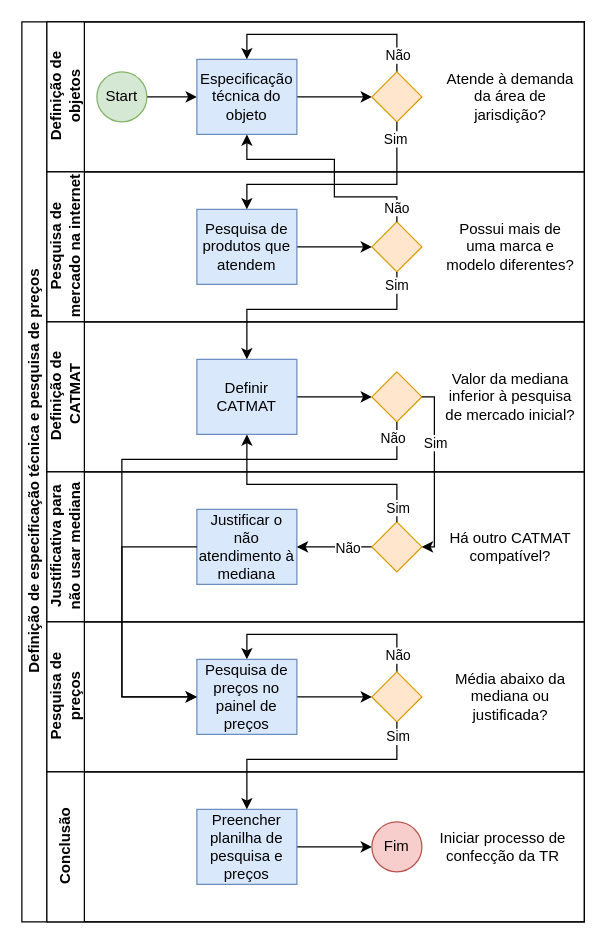
The draw.io diagram Fluxograma_diagrama_de_disponibilidade.drawio in Joaovictor-gf/draw.io, before the edit. Source tidied: cells renumbered, new cells numbered last; positions are measured from the earlier drawing's top-left corner, leaving out a move shared by most shapes. Both pictures are drawn from the tidied source at 125%, with x=0, y=0 at pixel (21, 21).
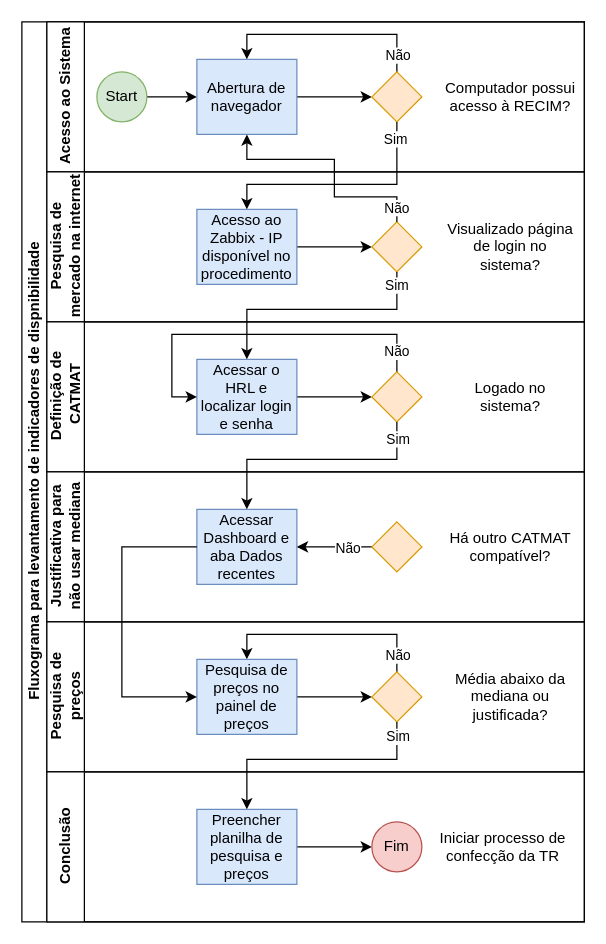
The same page after the edit.

The change refers to these unchanged cells:
```xml
<mxCell id="12" value="&lt;div&gt;Pesquisa de&lt;/div&gt;&lt;div&gt;mercado na internet&lt;br&gt;&lt;/div&gt;" style="swimlane;html=1;startSize=30;horizontal=0;" parent="2" vertex="1">
  <mxGeometry x="20" y="120" width="430" height="120" as="geometry" />
</mxCell>
<mxCell id="17" value="&lt;div&gt;Definição de&lt;/div&gt;&lt;div&gt;&amp;nbsp;CATMAT&lt;/div&gt;" style="swimlane;html=1;startSize=30;horizontal=0;" parent="2" vertex="1">
  <mxGeometry x="20" y="240" width="430" height="120" as="geometry" />
</mxCell>
<mxCell id="20" style="rhombus;whiteSpace=wrap;html=1;fontFamily=Helvetica;fontSize=12;align=center;fillColor=#ffe6cc;strokeColor=#d79b00;" parent="17" vertex="1">
  <mxGeometry x="260" y="40" width="40" height="40" as="geometry" />
</mxCell>
<mxCell id="22" value="&lt;div&gt;Justificativa para&lt;/div&gt;não usar mediana" style="swimlane;html=1;startSize=30;horizontal=0;" parent="2" vertex="1">
  <mxGeometry x="20" y="360" width="430" height="120" as="geometry" />
</mxCell>
<mxCell id="26" style="rhombus;whiteSpace=wrap;html=1;fontFamily=Helvetica;fontSize=12;align=center;fillColor=#ffe6cc;strokeColor=#d79b00;" parent="22" vertex="1">
  <mxGeometry x="260" y="40" width="40" height="40" as="geometry" />
</mxCell>
<mxCell id="34" value="Pesquisa de preços no painel de preços" style="rounded=0;whiteSpace=wrap;html=1;fontFamily=Helvetica;fontSize=12;align=center;fillColor=#dae8fc;strokeColor=#6c8ebf;" parent="28" vertex="1">
  <mxGeometry x="120" y="30" width="80" height="60" as="geometry" />
</mxCell>
```

Change to the diagram source:
```diff
@@
-    <mxCell id="2" value="Definição de especificação técnica e pesquisa de preços" style="swimlane;html=1;horizontal=0;startSize=20;" parent="1" vertex="1">
+    <mxCell id="2" value="Fluxograma para levantamento de indicadores de dispnibilidade" style="swimlane;html=1;horizontal=0;startSize=20;" parent="1" vertex="1">
       <mxGeometry width="450" height="720" as="geometry" />
     </mxCell>
-    <mxCell id="3" value="&lt;div&gt;Definição de&lt;/div&gt;&lt;div&gt;objetos&lt;/div&gt;" style="swimlane;html=1;startSize=30;horizontal=0;" parent="2" vertex="1">
+    <mxCell id="3" value="&lt;div&gt;Acesso ao Sistema&lt;br&gt;&lt;/div&gt;" style="swimlane;html=1;startSize=30;horizontal=0;" parent="2" vertex="1">
       <mxGeometry x="20" width="430" height="120" as="geometry" />
     </mxCell>
@@
-    <mxCell id="7" value="Especificação técnica do objeto" style="rounded=0;whiteSpace=wrap;html=1;fontFamily=Helvetica;fontSize=12;align=center;fillColor=#dae8fc;strokeColor=#6c8ebf;" parent="3" vertex="1">
+    <mxCell id="7" value="Abertura de navegador" style="rounded=0;whiteSpace=wrap;html=1;fontFamily=Helvetica;fontSize=12;align=center;fillColor=#dae8fc;strokeColor=#6c8ebf;" parent="3" vertex="1">
       <mxGeometry x="120" y="30" width="80" height="60" as="geometry" />
     </mxCell>
@@
-    <mxCell id="11" value="Atende à demanda da área de jarisdição?" style="text;html=1;align=center;verticalAlign=middle;whiteSpace=wrap;rounded=0;" parent="3" vertex="1">
+    <mxCell id="11" value="Computador possui acesso à RECIM?" style="text;html=1;align=center;verticalAlign=middle;whiteSpace=wrap;rounded=0;" parent="3" vertex="1">
       <mxGeometry x="316" y="27.5" width="110" height="65" as="geometry" />
     </mxCell>
@@
-    <mxCell id="14" value="Pesquisa de produtos que atendem" style="rounded=0;whiteSpace=wrap;html=1;fontFamily=Helvetica;fontSize=12;align=center;fillColor=#dae8fc;strokeColor=#6c8ebf;" parent="12" vertex="1">
+    <mxCell id="14" value="Acesso ao Zabbix - IP disponível no procedimento" style="rounded=0;whiteSpace=wrap;html=1;fontFamily=Helvetica;fontSize=12;align=center;fillColor=#dae8fc;strokeColor=#6c8ebf;" parent="12" vertex="1">
       <mxGeometry x="120" y="30" width="80" height="60" as="geometry" />
     </mxCell>
@@
-    <mxCell id="16" value="Possui mais de uma marca e modelo diferentes?" style="text;html=1;align=center;verticalAlign=middle;whiteSpace=wrap;rounded=0;" parent="12" vertex="1">
+    <mxCell id="16" value="Visualizado página de login no sistema?" style="text;html=1;align=center;verticalAlign=middle;whiteSpace=wrap;rounded=0;" parent="12" vertex="1">
       <mxGeometry x="316" y="27.5" width="110" height="65" as="geometry" />
     </mxCell>
@@
-    <mxCell id="19" value="Definir CATMAT" style="rounded=0;whiteSpace=wrap;html=1;fontFamily=Helvetica;fontSize=12;align=center;fillColor=#dae8fc;strokeColor=#6c8ebf;" parent="17" vertex="1">
+    <mxCell id="19" value="Acessar o HRL e localizar login e senha" style="rounded=0;whiteSpace=wrap;html=1;fontFamily=Helvetica;fontSize=12;align=center;fillColor=#dae8fc;strokeColor=#6c8ebf;" parent="17" vertex="1">
       <mxGeometry x="120" y="30" width="80" height="60" as="geometry" />
     </mxCell>
+    <mxCell id="55" style="edgeStyle=orthogonalEdgeStyle;rounded=0;jettySize=auto;html=1;exitX=0.5;exitY=0;exitDx=0;exitDy=0;entryX=0;entryY=0.5;entryDx=0;entryDy=0;" parent="17" edge="1" source="20" target="19">
+      <mxGeometry relative="1" as="geometry">
+        <Array as="points">
+          <mxPoint x="280" y="10" />
+          <mxPoint x="100" y="10" />
+          <mxPoint x="100" y="60" />
+        </Array>
+      </mxGeometry>
+    </mxCell>
+    <mxCell id="46" value="Não" style="edgeLabel;html=1;align=center;verticalAlign=middle;" parent="55" vertex="1">
+      <mxGeometry x="-0.88" y="1" relative="1" as="geometry" />
+    </mxCell>
@@
-    <mxCell id="21" value="Valor da mediana inferior à pesquisa de mercado inicial?" style="text;html=1;align=center;verticalAlign=middle;whiteSpace=wrap;rounded=0;" parent="17" vertex="1">
+    <mxCell id="21" value="Logado no sistema?" style="text;html=1;align=center;verticalAlign=middle;whiteSpace=wrap;rounded=0;" parent="17" vertex="1">
       <mxGeometry x="316" y="27.5" width="110" height="65" as="geometry" />
     </mxCell>
@@
-    <mxCell id="23" value="Justificar o não atendimento à mediana" style="rounded=0;whiteSpace=wrap;html=1;fontFamily=Helvetica;fontSize=12;align=center;fillColor=#dae8fc;strokeColor=#6c8ebf;" parent="22" vertex="1">
+    <mxCell id="23" value="Acessar Dashboard e aba Dados recentes" style="rounded=0;whiteSpace=wrap;html=1;fontFamily=Helvetica;fontSize=12;align=center;fillColor=#dae8fc;strokeColor=#6c8ebf;" parent="22" vertex="1">
       <mxGeometry x="120" y="30" width="80" height="60" as="geometry" />
     </mxCell>
@@
-    <mxCell id="41" style="edgeStyle=orthogonalEdgeStyle;rounded=0;jettySize=auto;html=1;exitX=1;exitY=0.5;exitDx=0;exitDy=0;entryX=1;entryY=0.5;entryDx=0;entryDy=0;" parent="2" edge="1" source="20" target="26">
-      <mxGeometry relative="1" as="geometry">
-        <Array as="points">
-          <mxPoint x="330" y="300" />
-          <mxPoint x="330" y="420" />
-        </Array>
-      </mxGeometry>
-    </mxCell>
-    <mxCell id="42" value="Sim" style="edgeLabel;html=1;align=center;verticalAlign=middle;" parent="41" vertex="1">
-      <mxGeometry x="-0.17" y="2" relative="1" as="geometry">
-        <mxPoint x="-2" y="-12" as="offset" />
-      </mxGeometry>
-    </mxCell>
-    <mxCell id="43" style="edgeStyle=orthogonalEdgeStyle;rounded=0;jettySize=auto;html=1;exitX=0.5;exitY=0;exitDx=0;exitDy=0;entryX=0.5;entryY=1;entryDx=0;entryDy=0;" parent="2" edge="1" source="26" target="19">
-      <mxGeometry relative="1" as="geometry">
-        <Array as="points">
-          <mxPoint x="300" y="370" />
-          <mxPoint x="180" y="370" />
-        </Array>
-      </mxGeometry>
-    </mxCell>
-    <mxCell id="44" value="Sim" style="edgeLabel;html=1;align=center;verticalAlign=middle;" parent="43" vertex="1">
-      <mxGeometry x="-0.15" relative="1" as="geometry">
-        <mxPoint x="51" y="18" as="offset" />
-      </mxGeometry>
-    </mxCell>
-    <mxCell id="45" style="edgeStyle=orthogonalEdgeStyle;rounded=0;jettySize=auto;html=1;exitX=0.5;exitY=1;exitDx=0;exitDy=0;entryX=0;entryY=0.5;entryDx=0;entryDy=0;" parent="2" edge="1" source="20" target="34">
-      <mxGeometry relative="1" as="geometry">
-        <Array as="points">
-          <mxPoint x="300" y="350" />
-          <mxPoint x="80" y="350" />
-          <mxPoint x="80" y="540" />
-        </Array>
-      </mxGeometry>
-    </mxCell>
-    <mxCell id="46" value="Não" style="edgeLabel;html=1;align=center;verticalAlign=middle;" parent="45" vertex="1">
-      <mxGeometry x="-0.87" y="1" relative="1" as="geometry">
-        <mxPoint x="-1" y="-19" as="offset" />
-      </mxGeometry>
-    </mxCell>
@@
+    <mxCell id="56" style="edgeStyle=orthogonalEdgeStyle;rounded=0;jettySize=auto;html=1;exitX=0.5;exitY=1;exitDx=0;exitDy=0;entryX=0.5;entryY=0;entryDx=0;entryDy=0;" parent="2" edge="1" source="20" target="23">
+      <mxGeometry relative="1" as="geometry">
+        <Array as="points">
+          <mxPoint x="300" y="350" />
+          <mxPoint x="180" y="350" />
+        </Array>
+      </mxGeometry>
+    </mxCell>
+    <mxCell id="57" value="Sim" style="edgeLabel;html=1;align=center;verticalAlign=middle;" parent="56" vertex="1">
+      <mxGeometry x="-0.37" y="-1" relative="1" as="geometry">
+        <mxPoint x="30" y="-16" as="offset" />
+      </mxGeometry>
+    </mxCell>
```
